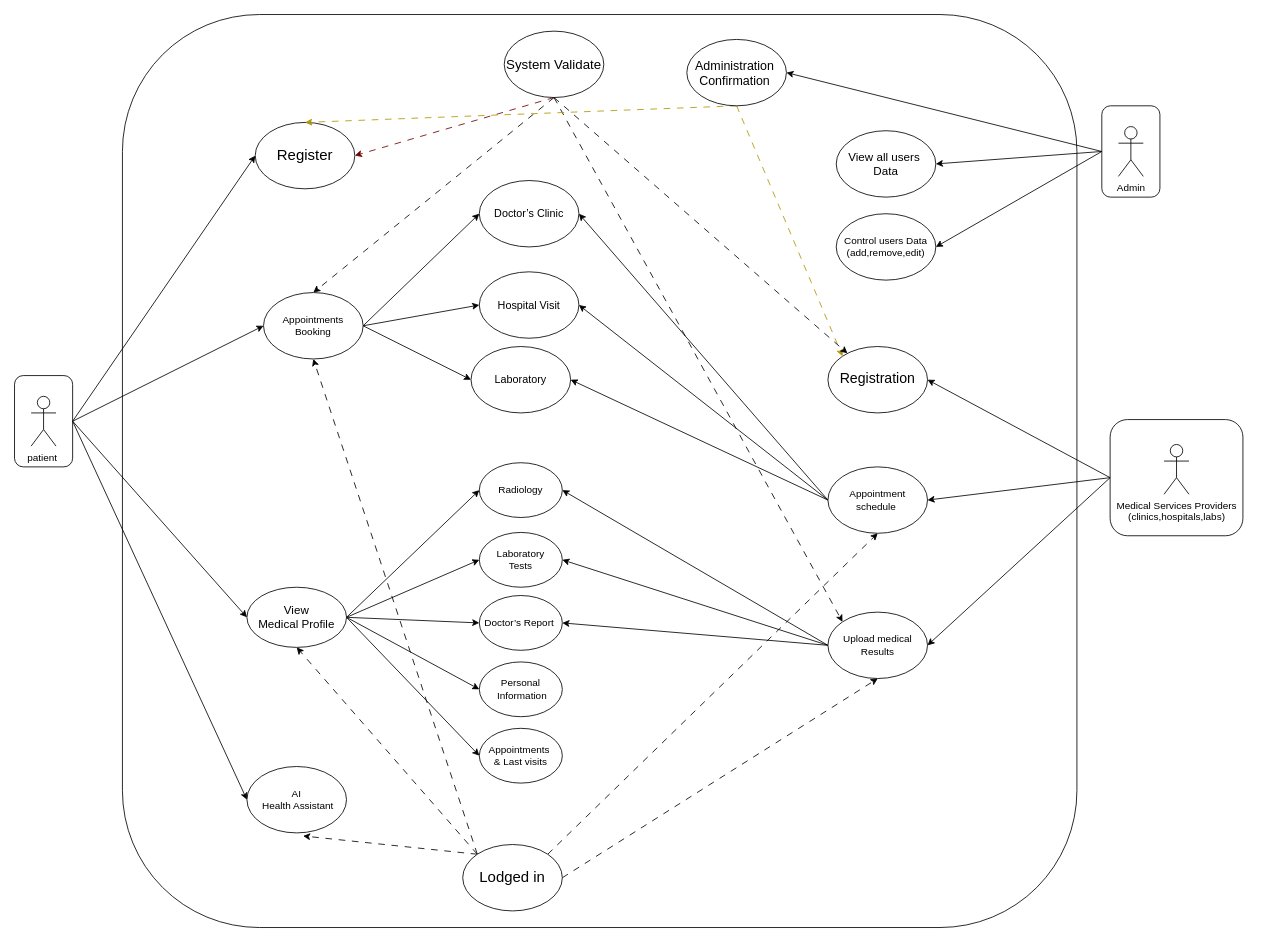
The draw.io diagram Untitled Diagram.drawio in Mostafa-Elabsawy/Graduation-Project-, before the edit. Source tidied: cells renumbered, new cells numbered last; positions are measured from the earlier drawing's top-left corner, leaving out a move shared by most shapes. Both pictures are drawn from the tidied source at 83%, with x=0, y=0 at pixel (14, 14).
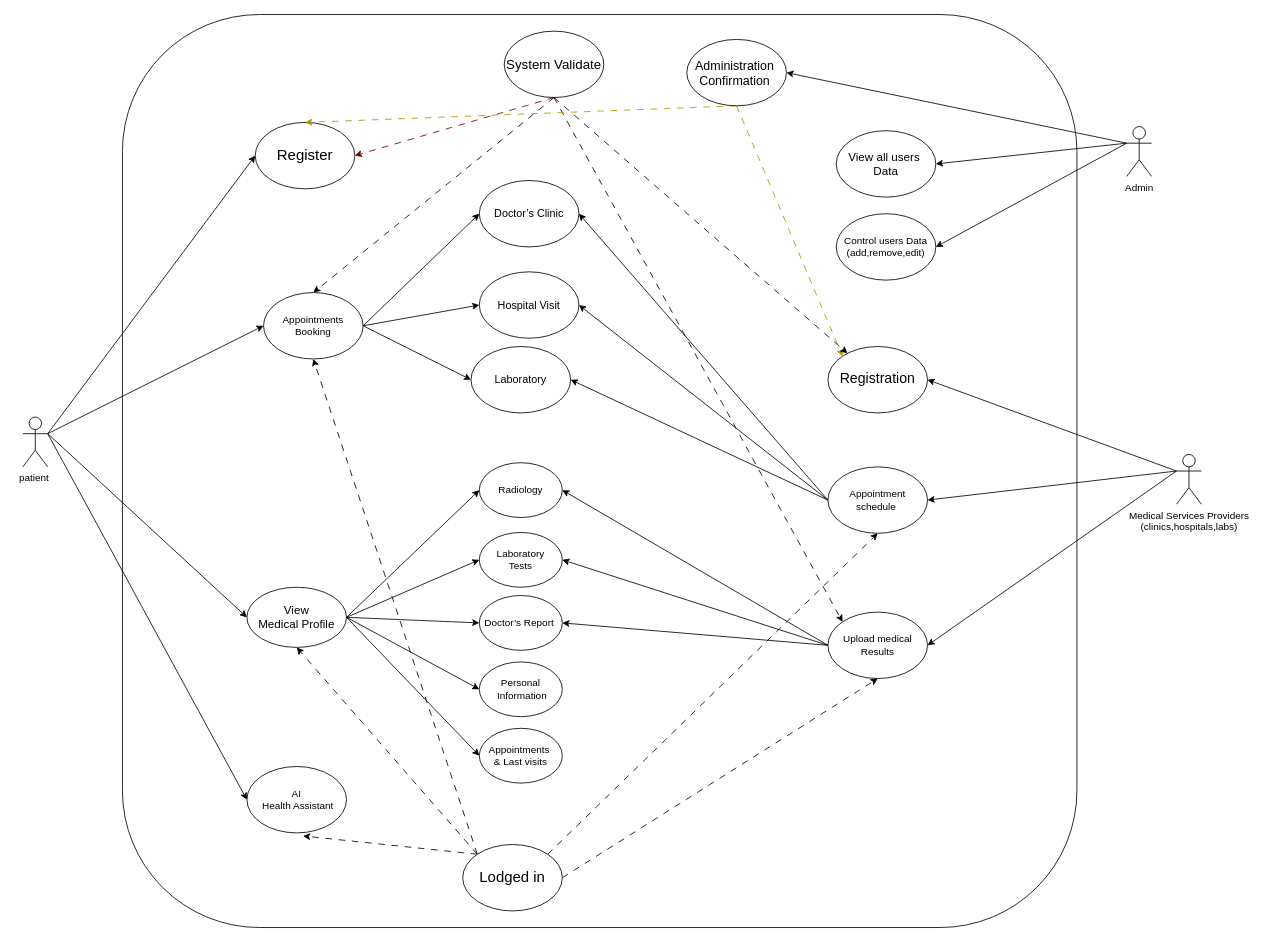
The same diagram, later.

The change refers to these unchanged cells:
```xml
<mxCell id="3" value="&lt;font style=&quot;font-size: 18px;&quot;&gt;Register&lt;/font&gt;" style="ellipse;whiteSpace=wrap;html=1;rounded=0;" parent="1" vertex="1">
  <mxGeometry x="290" y="130" width="120" height="80" as="geometry" />
</mxCell>
<mxCell id="16" value="&lt;font style=&quot;font-size: 14px;&quot;&gt;View&lt;/font&gt;&lt;div&gt;&lt;font style=&quot;font-size: 14px;&quot;&gt;Medical Profile&lt;/font&gt;&lt;/div&gt;" style="ellipse;whiteSpace=wrap;html=1;rounded=0;" parent="11" vertex="1">
  <mxGeometry x="-30" y="140" width="120" height="72.5" as="geometry" />
</mxCell>
<mxCell id="19" value="AI&lt;div&gt;&amp;nbsp;Health Assistant&lt;/div&gt;" style="ellipse;whiteSpace=wrap;html=1;rounded=0;" parent="1" vertex="1">
  <mxGeometry x="280" y="906" width="120" height="80" as="geometry" />
</mxCell>
<mxCell id="25" value="&lt;font style=&quot;font-size: 17px;&quot;&gt;Registration&lt;/font&gt;" style="ellipse;whiteSpace=wrap;html=1;" parent="1" vertex="1">
  <mxGeometry x="980" y="400" width="120" height="80" as="geometry" />
</mxCell>
<mxCell id="27" value="Appointments Booking" style="ellipse;whiteSpace=wrap;html=1;rounded=0;" parent="26" vertex="1">
  <mxGeometry y="115" width="120" height="80" as="geometry" />
</mxCell>
<mxCell id="30" value="&lt;font style=&quot;font-size: 15px;&quot;&gt;Administration&amp;nbsp;&lt;/font&gt;&lt;div&gt;&lt;font style=&quot;font-size: 15px;&quot;&gt;Confirmation&amp;nbsp;&lt;/font&gt;&lt;/div&gt;" style="ellipse;whiteSpace=wrap;html=1;strokeColor=light-dark(#000000,#999900);" parent="1" vertex="1">
  <mxGeometry x="810" y="30" width="120" height="80" as="geometry" />
</mxCell>
<mxCell id="35" value="Upload medical Results" style="ellipse;whiteSpace=wrap;html=1;" parent="1" vertex="1">
  <mxGeometry x="980" y="720" width="120" height="80" as="geometry" />
</mxCell>
<mxCell id="39" value="Appointment schedule&amp;nbsp;" style="ellipse;whiteSpace=wrap;html=1;" parent="1" vertex="1">
  <mxGeometry x="980" y="545" width="120" height="80" as="geometry" />
</mxCell>
<mxCell id="43" value="&lt;font style=&quot;font-size: 14px;&quot;&gt;View all users&amp;nbsp;&lt;/font&gt;&lt;div&gt;&lt;font style=&quot;font-size: 14px;&quot;&gt;Data&lt;/font&gt;&lt;/div&gt;" style="ellipse;whiteSpace=wrap;html=1;" parent="1" vertex="1">
  <mxGeometry x="990" y="140" width="120" height="80" as="geometry" />
</mxCell>
<mxCell id="44" value="Control users Data&lt;div&gt;(add,remove,edit)&lt;/div&gt;" style="ellipse;whiteSpace=wrap;html=1;" parent="1" vertex="1">
  <mxGeometry x="990" y="240" width="120" height="80" as="geometry" />
</mxCell>
```

What changed in the source:
```diff
@@
-    <mxCell id="4" style="group;rounded=1;" parent="1" vertex="1">
-      <mxGeometry y="435" width="70" height="110" as="geometry" />
-    </mxCell>
-    <mxCell id="5" style="rounded=1;whiteSpace=wrap;html=1;" parent="4" vertex="1">
-      <mxGeometry width="70" height="110" as="geometry" />
-    </mxCell>
-    <mxCell id="6" value="patient&amp;nbsp;" style="shape=umlActor;verticalLabelPosition=bottom;verticalAlign=top;html=1;outlineConnect=0;rounded=0;" parent="4" vertex="1">
-      <mxGeometry x="20" y="25" width="30" height="60" as="geometry" />
-    </mxCell>
@@
-    <mxCell id="20" style="rounded=0;jettySize=auto;html=1;exitX=1;exitY=0.5;exitDx=0;exitDy=0;entryX=0;entryY=0.5;entryDx=0;entryDy=0;" parent="1" edge="1" source="5" target="3">
+    <mxCell id="20" style="rounded=0;jettySize=auto;html=1;exitX=1;exitY=0.3333333333333333;exitDx=0;exitDy=0;entryX=0;entryY=0.5;entryDx=0;entryDy=0;exitPerimeter=0;" parent="1" edge="1" source="6" target="3">
       <mxGeometry relative="1" as="geometry" />
     </mxCell>
-    <mxCell id="21" style="group;rounded=1;" parent="1" vertex="1">
-      <mxGeometry x="1310" y="110" width="70" height="110" as="geometry" />
-    </mxCell>
-    <mxCell id="22" style="rounded=1;whiteSpace=wrap;html=1;" parent="21" vertex="1">
-      <mxGeometry width="70" height="110" as="geometry" />
-    </mxCell>
-    <mxCell id="23" value="Admin" style="shape=umlActor;verticalLabelPosition=bottom;verticalAlign=top;html=1;outlineConnect=0;rounded=0;" parent="21" vertex="1">
-      <mxGeometry x="20" y="25" width="30" height="60" as="geometry" />
-    </mxCell>
@@
-    <mxCell id="31" style="jettySize=auto;html=1;exitX=0;exitY=0.5;exitDx=0;exitDy=0;entryX=1;entryY=0.5;entryDx=0;entryDy=0;" parent="1" edge="1" source="22" target="30">
+    <mxCell id="31" style="jettySize=auto;html=1;exitX=0;exitY=0.3333333333333333;exitDx=0;exitDy=0;entryX=1;entryY=0.5;entryDx=0;entryDy=0;exitPerimeter=0;" parent="1" edge="1" source="23" target="30">
       <mxGeometry relative="1" as="geometry" />
     </mxCell>
@@
-    <mxCell id="40" style="jettySize=auto;html=1;exitX=1;exitY=0.5;exitDx=0;exitDy=0;entryX=0;entryY=0.5;entryDx=0;entryDy=0;" parent="1" edge="1" source="5" target="19">
+    <mxCell id="40" style="jettySize=auto;html=1;exitX=1;exitY=0.3333333333333333;exitDx=0;exitDy=0;entryX=0;entryY=0.5;entryDx=0;entryDy=0;exitPerimeter=0;" parent="1" edge="1" source="6" target="19">
       <mxGeometry relative="1" as="geometry" />
     </mxCell>
-    <mxCell id="41" style="jettySize=auto;html=1;exitX=1;exitY=0.5;exitDx=0;exitDy=0;entryX=0;entryY=0.5;entryDx=0;entryDy=0;" parent="1" edge="1" source="5" target="16">
+    <mxCell id="41" style="jettySize=auto;html=1;exitX=1;exitY=0.3333333333333333;exitDx=0;exitDy=0;entryX=0;entryY=0.5;entryDx=0;entryDy=0;exitPerimeter=0;" parent="1" edge="1" source="6" target="16">
       <mxGeometry relative="1" as="geometry" />
     </mxCell>
-    <mxCell id="42" style="jettySize=auto;html=1;exitX=1;exitY=0.5;exitDx=0;exitDy=0;entryX=0;entryY=0.5;entryDx=0;entryDy=0;" parent="1" edge="1" source="5" target="27">
+    <mxCell id="42" style="jettySize=auto;html=1;entryX=0;entryY=0.5;entryDx=0;entryDy=0;exitX=1;exitY=0.3333333333333333;exitDx=0;exitDy=0;exitPerimeter=0;" parent="1" edge="1" source="6" target="27">
       <mxGeometry relative="1" as="geometry" />
     </mxCell>
@@
-    <mxCell id="45" style="jettySize=auto;html=1;exitX=0;exitY=0.5;exitDx=0;exitDy=0;entryX=1;entryY=0.5;entryDx=0;entryDy=0;" parent="1" edge="1" source="22" target="43">
+    <mxCell id="45" style="jettySize=auto;html=1;exitX=0;exitY=0.3333333333333333;exitDx=0;exitDy=0;entryX=1;entryY=0.5;entryDx=0;entryDy=0;exitPerimeter=0;" parent="1" edge="1" source="23" target="43">
       <mxGeometry relative="1" as="geometry" />
     </mxCell>
-    <mxCell id="46" style="jettySize=auto;html=1;exitX=0;exitY=0.5;exitDx=0;exitDy=0;entryX=1;entryY=0.5;entryDx=0;entryDy=0;" parent="1" edge="1" source="22" target="44">
+    <mxCell id="46" style="jettySize=auto;html=1;exitX=0;exitY=0.3333333333333333;exitDx=0;exitDy=0;entryX=1;entryY=0.5;entryDx=0;entryDy=0;exitPerimeter=0;" parent="1" edge="1" source="23" target="44">
       <mxGeometry relative="1" as="geometry" />
     </mxCell>
@@
-    <mxCell id="64" style="group;rounded=1;" parent="1" vertex="1">
-      <mxGeometry x="1320" y="518" width="160" height="110" as="geometry" />
-    </mxCell>
-    <mxCell id="65" style="rounded=1;whiteSpace=wrap;html=1;" parent="64" vertex="1">
-      <mxGeometry y="-30" width="160" height="140" as="geometry" />
-    </mxCell>
-    <mxCell id="66" value="Medical Services Providers&lt;div&gt;(clinics,hospitals,labs)&lt;/div&gt;" style="shape=umlActor;verticalLabelPosition=bottom;verticalAlign=top;html=1;outlineConnect=0;rounded=0;" parent="64" vertex="1">
-      <mxGeometry x="65" width="30" height="60" as="geometry" />
-    </mxCell>
-    <mxCell id="67" style="jettySize=auto;html=1;exitX=0;exitY=0.5;exitDx=0;exitDy=0;entryX=1;entryY=0.5;entryDx=0;entryDy=0;" parent="1" edge="1" source="65" target="25">
+    <mxCell id="67" style="jettySize=auto;html=1;exitX=0;exitY=0.3333333333333333;exitDx=0;exitDy=0;entryX=1;entryY=0.5;entryDx=0;entryDy=0;exitPerimeter=0;" parent="1" edge="1" source="66" target="25">
       <mxGeometry relative="1" as="geometry" />
     </mxCell>
-    <mxCell id="68" style="jettySize=auto;html=1;exitX=0;exitY=0.5;exitDx=0;exitDy=0;entryX=1;entryY=0.5;entryDx=0;entryDy=0;" parent="1" edge="1" source="65" target="39">
+    <mxCell id="68" style="jettySize=auto;html=1;exitX=0;exitY=0.3333333333333333;exitDx=0;exitDy=0;entryX=1;entryY=0.5;entryDx=0;entryDy=0;exitPerimeter=0;" parent="1" edge="1" source="66" target="39">
       <mxGeometry relative="1" as="geometry" />
     </mxCell>
-    <mxCell id="69" style="jettySize=auto;html=1;exitX=0;exitY=0.5;exitDx=0;exitDy=0;entryX=1;entryY=0.5;entryDx=0;entryDy=0;" parent="1" edge="1" source="65" target="35">
+    <mxCell id="69" style="jettySize=auto;html=1;entryX=1;entryY=0.5;entryDx=0;entryDy=0;exitX=0;exitY=0.3333333333333333;exitDx=0;exitDy=0;exitPerimeter=0;" parent="1" edge="1" source="66" target="35">
       <mxGeometry relative="1" as="geometry" />
     </mxCell>
+    <mxCell id="64" style="group;rounded=1;" parent="1" vertex="1">
+      <mxGeometry x="1335" y="530" width="160" height="110" as="geometry" />
+    </mxCell>
+    <mxCell id="66" value="Medical Services Providers&lt;div&gt;(clinics,hospitals,labs)&lt;/div&gt;" style="shape=umlActor;verticalLabelPosition=bottom;verticalAlign=top;html=1;outlineConnect=0;rounded=0;" parent="64" vertex="1">
+      <mxGeometry x="65" width="30" height="60" as="geometry" />
+    </mxCell>
+    <mxCell id="6" value="patient&amp;nbsp;" style="shape=umlActor;verticalLabelPosition=bottom;verticalAlign=top;html=1;outlineConnect=0;rounded=0;" parent="1" vertex="1">
+      <mxGeometry x="10" y="485" width="30" height="60" as="geometry" />
+    </mxCell>
+    <mxCell id="23" value="Admin" style="shape=umlActor;verticalLabelPosition=bottom;verticalAlign=top;html=1;outlineConnect=0;rounded=0;" parent="1" vertex="1">
+      <mxGeometry x="1340" y="135" width="30" height="60" as="geometry" />
+    </mxCell>
```
